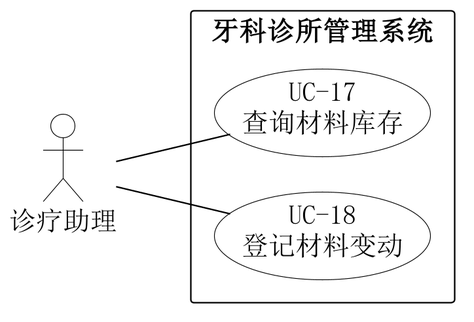
This is 01-需求文档/diagrams/07-system-assistant.png from Shawmc-creator/systemAnalyseAndDesign, a PlantUML export, as it was before one commit. Its diagram source:
```plantuml
@startuml
skinparam backgroundColor white
skinparam shadowing false
skinparam defaultFontName SimSun
skinparam defaultFontSize 18
skinparam dpi 220
skinparam ArrowColor black
skinparam nodesep 24
skinparam ranksep 65
skinparam actor {
 BorderColor black
 BackgroundColor white
}
skinparam usecase {
 BorderColor black
 BackgroundColor white
}
skinparam rectangle {
 BorderColor black
 BackgroundColor white
}
left to right direction
actor "诊疗助理" as A
rectangle "牙科诊所管理系统" {
 usecase "UC-17\n查询材料库存" as U17
 usecase "UC-18\n登记材料变动" as U18
}
A -- U17
A -- U18
U17 -[hidden]left-> U18

@enduml
```
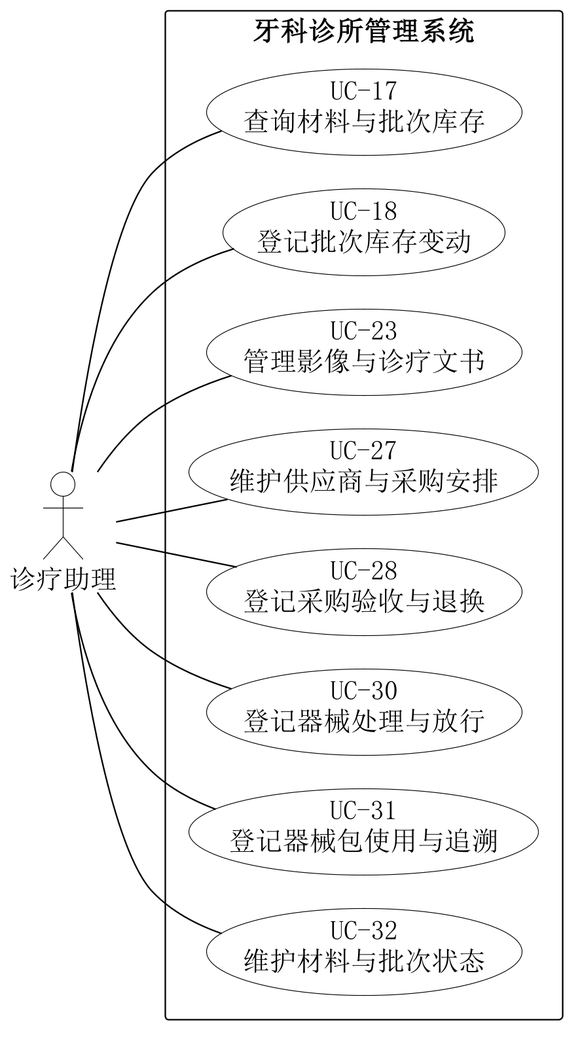
Above is the later version.

The edit, as a diff of the source:
```diff
@@ -5,8 +5,8 @@
 skinparam defaultFontSize 18
 skinparam dpi 220
 skinparam ArrowColor black
-skinparam nodesep 24
-skinparam ranksep 65
+skinparam nodesep 22
+skinparam ranksep 48
 skinparam actor {
  BorderColor black
  BackgroundColor white
@@ -22,11 +22,29 @@
 left to right direction
 actor "诊疗助理" as A
 rectangle "牙科诊所管理系统" {
- usecase "UC-17\n查询材料库存" as U17
- usecase "UC-18\n登记材料变动" as U18
+ usecase "UC-17\n查询材料与批次库存" as U17
+ usecase "UC-18\n登记批次库存变动" as U18
+ usecase "UC-23\n管理影像与诊疗文书" as U23
+ usecase "UC-27\n维护供应商与采购安排" as U27
+ usecase "UC-28\n登记采购验收与退换" as U28
+ usecase "UC-30\n登记器械处理与放行" as U30
+ usecase "UC-31\n登记器械包使用与追溯" as U31
+ usecase "UC-32\n维护材料与批次状态" as U32
 }
 A -- U17
 A -- U18
-U17 -[hidden]left-> U18
+A -- U23
+A -- U27
+A -- U28
+A -- U30
+A -- U31
+A -- U32
+U18 -[hidden]right-> U17
+U23 -[hidden]right-> U18
+U27 -[hidden]right-> U23
+U28 -[hidden]right-> U27
+U30 -[hidden]right-> U28
+U31 -[hidden]right-> U30
+U32 -[hidden]right-> U31
 
 @enduml
```
